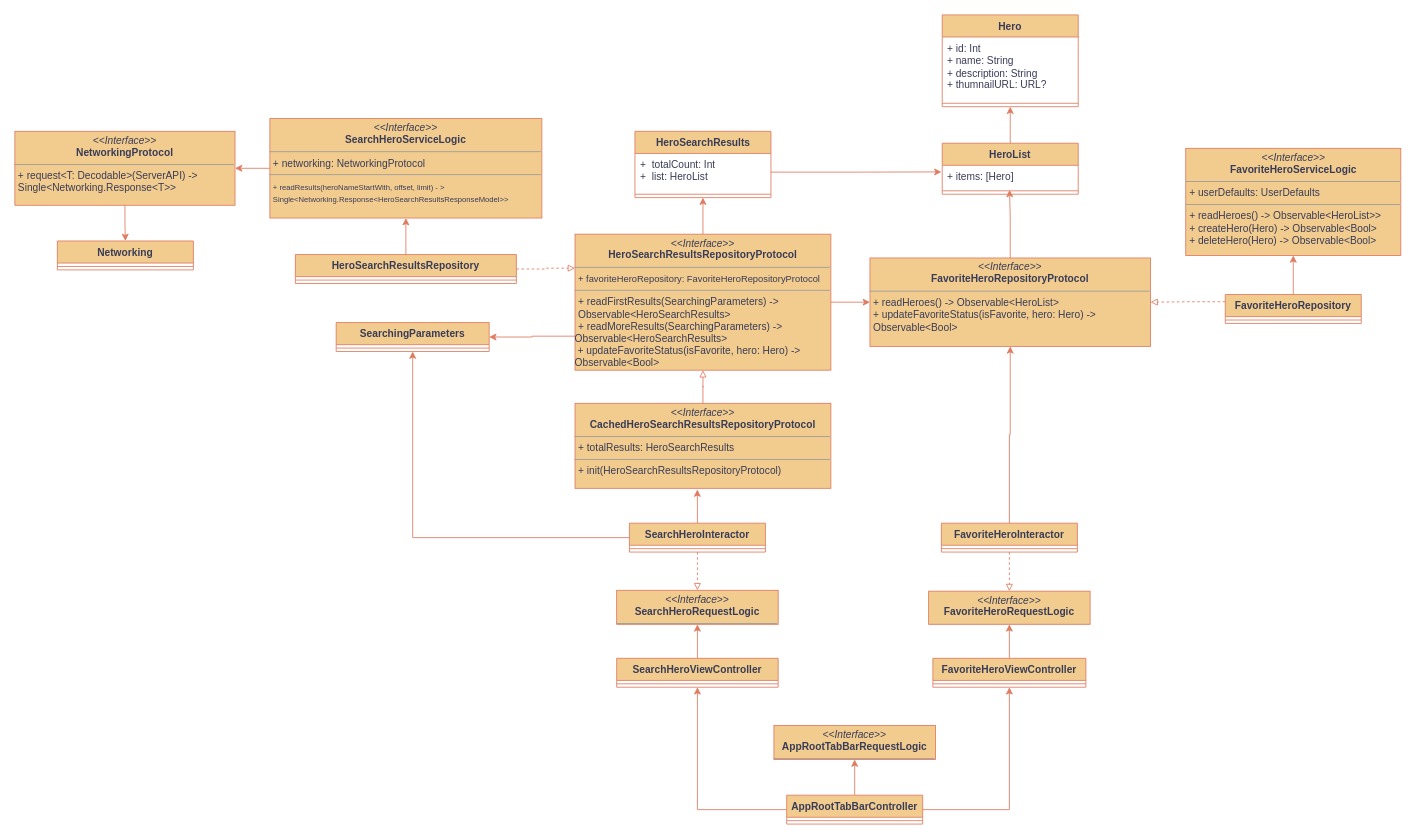
Above: page "앱 구조" (1 of 2) of Characters.drawio in gookhee/diagrams (draw.io), before the change. Source tidied: cells renumbered, new cells numbered last; positions are measured from the earlier drawing's top-left corner, leaving out a move shared by most shapes. Both pictures are drawn from the tidied source at 85%, with x=0, y=0 at pixel (14, 14).
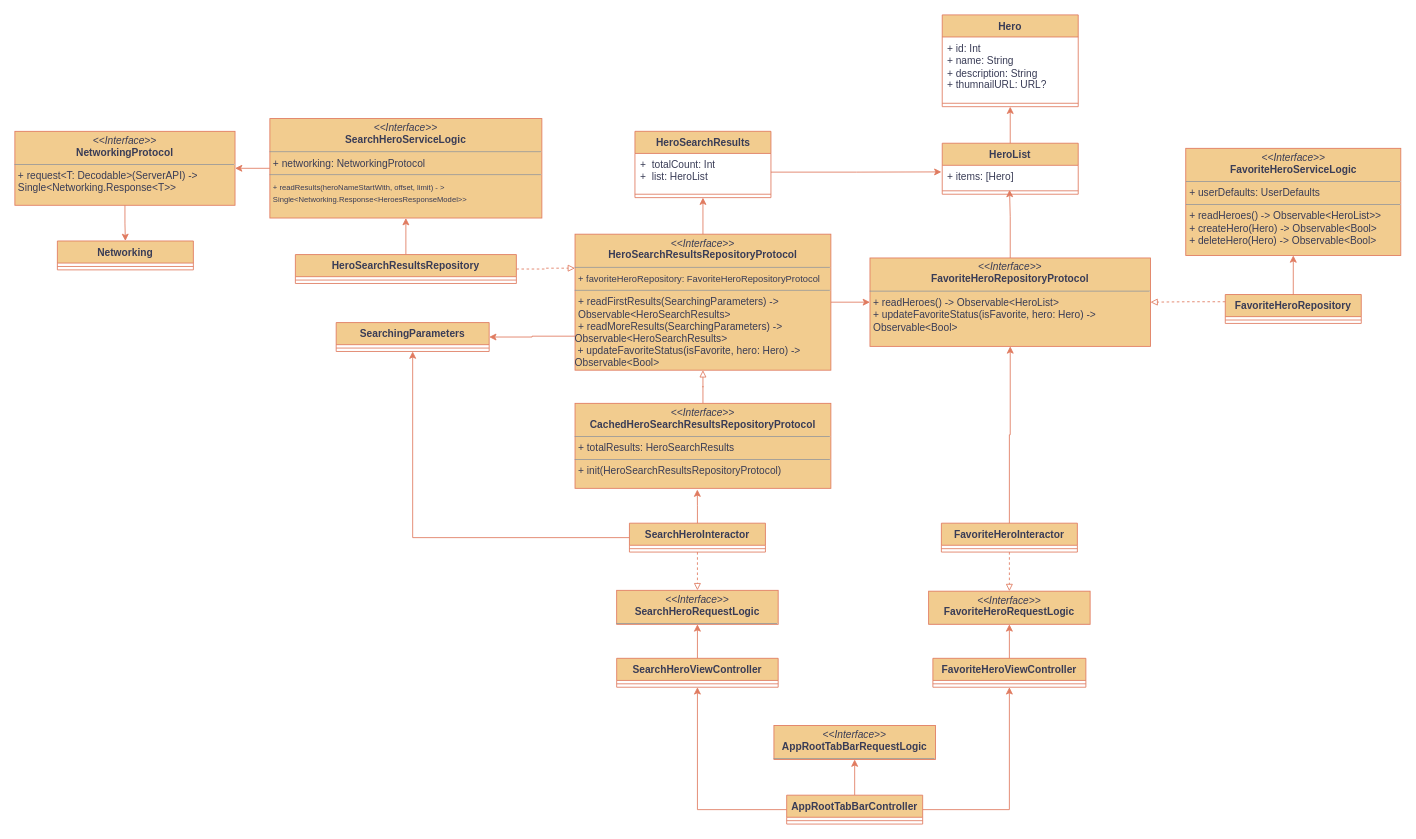
After the change.

Change to the diagram source:
```diff
@@
-    <mxCell id="36" value="&lt;p style=&quot;margin:0px;margin-top:4px;text-align:center;&quot;&gt;&lt;i&gt;&amp;lt;&amp;lt;Interface&amp;gt;&amp;gt;&lt;/i&gt;&lt;br&gt;&lt;b&gt;SearchHeroServiceLogic&lt;/b&gt;&lt;/p&gt;&lt;hr size=&quot;1&quot;&gt;&lt;p style=&quot;margin:0px;margin-left:4px;&quot;&gt;+ networking: NetworkingProtocol&lt;br&gt;&lt;/p&gt;&lt;hr size=&quot;1&quot;&gt;&lt;p style=&quot;margin:0px;margin-left:4px;&quot;&gt;&lt;font style=&quot;font-size: 9px;&quot;&gt;+ readResults(heroNameStartWith, offset, limit) - &amp;gt; Single&amp;lt;Networking.Response&amp;lt;HeroSearchResultsResponseModel&amp;gt;&amp;gt;&lt;/font&gt;&lt;br&gt;&lt;/p&gt;" style="verticalAlign=top;align=left;overflow=fill;fontSize=12;fontFamily=Helvetica;html=1;whiteSpace=wrap;labelBackgroundColor=none;fillColor=#F2CC8F;strokeColor=#E07A5F;fontColor=#393C56;" parent="1" vertex="1">
+    <mxCell id="36" value="&lt;p style=&quot;margin:0px;margin-top:4px;text-align:center;&quot;&gt;&lt;i&gt;&amp;lt;&amp;lt;Interface&amp;gt;&amp;gt;&lt;/i&gt;&lt;br&gt;&lt;b&gt;SearchHeroServiceLogic&lt;/b&gt;&lt;/p&gt;&lt;hr size=&quot;1&quot;&gt;&lt;p style=&quot;margin:0px;margin-left:4px;&quot;&gt;+ networking: NetworkingProtocol&lt;br&gt;&lt;/p&gt;&lt;hr size=&quot;1&quot;&gt;&lt;p style=&quot;margin:0px;margin-left:4px;&quot;&gt;&lt;font style=&quot;font-size: 9px;&quot;&gt;+ readResults(heroNameStartWith, offset, limit) - &amp;gt; Single&amp;lt;Networking.Response&amp;lt;HeroesResponseModel&amp;gt;&amp;gt;&lt;/font&gt;&lt;br&gt;&lt;/p&gt;" style="verticalAlign=top;align=left;overflow=fill;fontSize=12;fontFamily=Helvetica;html=1;whiteSpace=wrap;labelBackgroundColor=none;fillColor=#F2CC8F;strokeColor=#E07A5F;fontColor=#393C56;" parent="1" vertex="1">
       <mxGeometry x="300" y="122" width="320" height="117" as="geometry" />
     </mxCell>
```
